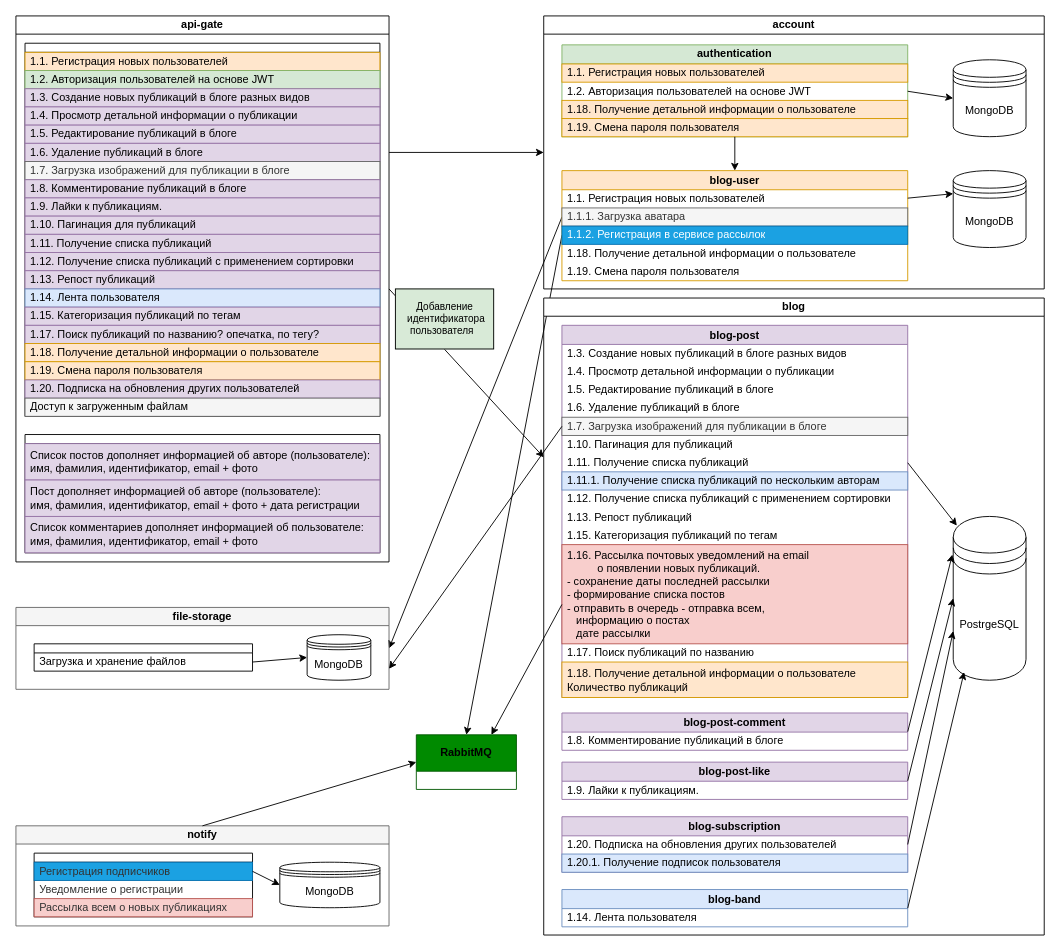
This is specification.drawio from htmlacademy-nestjs/2486639-readme-8, a draw.io file, before an edit. Source tidied: cells renumbered, new cells numbered last; positions are measured from the earlier drawing's top-left corner, leaving out a move shared by most shapes. Both pictures are drawn from the tidied source at 91%, with x=0, y=0 at pixel (15, 15).
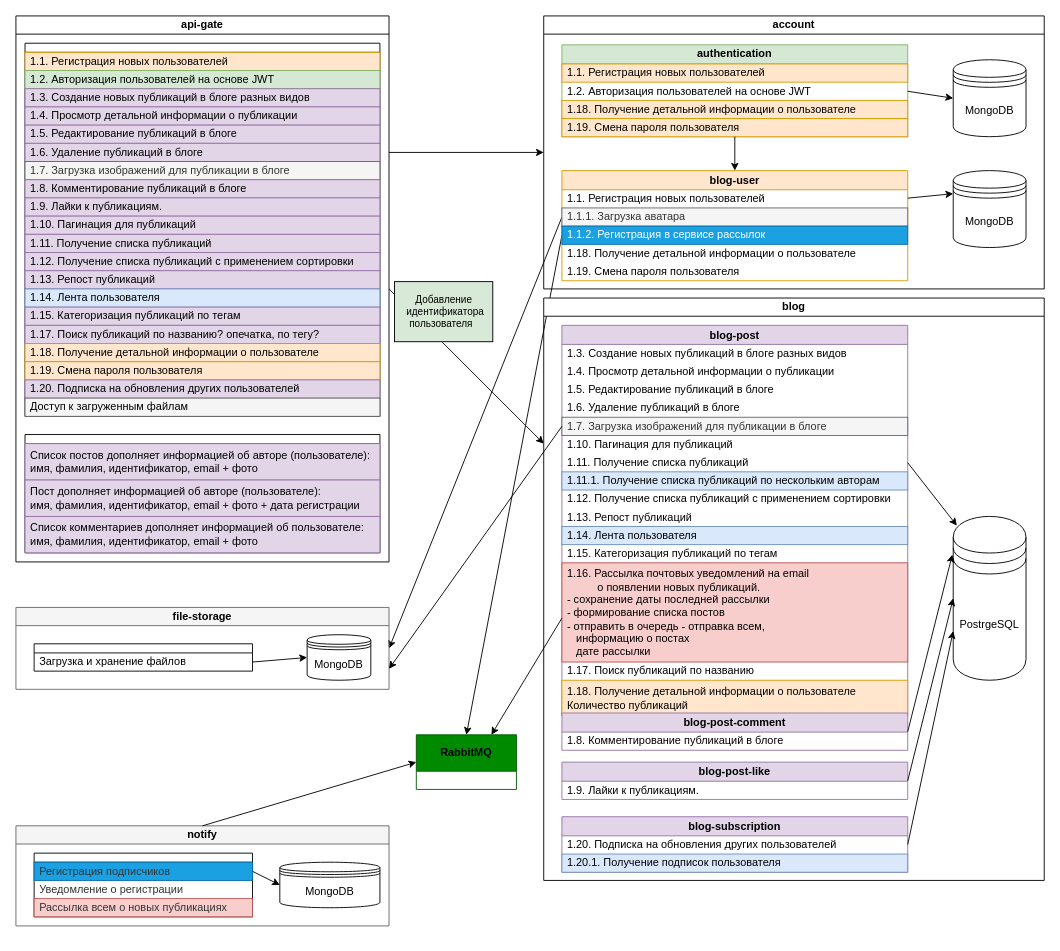
The same page after the edit.

The change refers to these unchanged cells:
```xml
<mxCell id="65" value="PostrgeSQL" style="shape=datastore;whiteSpace=wrap;html=1;fontSize=12;" parent="48" vertex="1">
  <mxGeometry x="450" y="240" width="80" height="180" as="geometry" />
</mxCell>
```

Change to the diagram source:
```diff
@@
     <mxCell id="48" value="blog" style="swimlane;whiteSpace=wrap;html=1;align=center;fontSize=12;startSize=20;" parent="1" vertex="1">
-      <mxGeometry x="580" y="310" width="550" height="700" as="geometry" />
+      <mxGeometry x="580" y="310" width="550" height="640" as="geometry" />
     </mxCell>
     <mxCell id="49" value="&lt;span style=&quot;font-weight: 700;&quot;&gt;blog-post&lt;/span&gt;" style="swimlane;fontStyle=0;horizontal=1;startSize=21;whiteSpace=wrap;html=1;fillColor=#e1d5e7;strokeColor=#9673a6;" parent="48" vertex="1">
-      <mxGeometry x="20" y="30" width="380" height="409" as="geometry" />
+      <mxGeometry x="20" y="30" width="380" height="429" as="geometry" />
     </mxCell>
@@
+    <mxCell id="74" value="&lt;span style=&quot;text-wrap-mode: nowrap;&quot;&gt;1.14. Лента пользователя&lt;/span&gt;" style="text;align=left;verticalAlign=middle;spacingLeft=4;spacingRight=4;overflow=hidden;whiteSpace=wrap;html=1;fillColor=#dae8fc;strokeColor=#6c8ebf;" parent="49" vertex="1">
+      <mxGeometry y="221" width="380" height="20" as="geometry" />
+    </mxCell>
     <mxCell id="60" value="&lt;span style=&quot;text-wrap-mode: nowrap;&quot;&gt;1.15. Категоризация публикаций по тегам&lt;/span&gt;" style="text;align=left;verticalAlign=middle;spacingLeft=4;spacingRight=4;overflow=hidden;whiteSpace=wrap;html=1;" parent="49" vertex="1">
-      <mxGeometry y="221" width="380" height="20" as="geometry" />
+      <mxGeometry y="241" width="380" height="20" as="geometry" />
     </mxCell>
     <mxCell id="61" value="&lt;span style=&quot;text-align: center; text-wrap-mode: nowrap;&quot;&gt;1.16. Рассылка почтовых уведомлений на email&lt;/span&gt;&lt;div&gt;&lt;span style=&quot;text-align: center; text-wrap-mode: nowrap;&quot;&gt;&amp;nbsp; &amp;nbsp; &amp;nbsp; &amp;nbsp; &amp;nbsp; о появлении новых публикаций.&lt;/span&gt;&lt;/div&gt;&lt;div&gt;&lt;span style=&quot;text-align: center; text-wrap-mode: nowrap;&quot;&gt;- сохранение даты последней рассылки&lt;/span&gt;&lt;/div&gt;&lt;div&gt;&lt;span style=&quot;text-align: center; text-wrap-mode: nowrap;&quot;&gt;- формирование списка постов&lt;/span&gt;&lt;/div&gt;&lt;div&gt;&lt;span style=&quot;text-align: center; text-wrap-mode: nowrap;&quot;&gt;- отправить в очередь - отправка всем,&amp;nbsp;&lt;/span&gt;&lt;/div&gt;&lt;div&gt;&lt;span style=&quot;text-align: center; text-wrap-mode: nowrap;&quot;&gt;&amp;nbsp; &amp;nbsp;информацию о постах&amp;nbsp;&lt;/span&gt;&lt;/div&gt;&lt;div&gt;&lt;span style=&quot;text-align: center; text-wrap-mode: nowrap;&quot;&gt;&amp;nbsp; &amp;nbsp;дате рассылки&lt;/span&gt;&lt;/div&gt;" style="text;align=left;verticalAlign=middle;spacingLeft=4;spacingRight=4;overflow=hidden;whiteSpace=wrap;html=1;fillColor=#f8cecc;strokeColor=#b85450;" parent="49" vertex="1">
-      <mxGeometry y="241" width="380" height="109" as="geometry" />
+      <mxGeometry y="261" width="380" height="109" as="geometry" />
     </mxCell>
     <mxCell id="62" value="&lt;span style=&quot;text-wrap-mode: nowrap;&quot;&gt;1.17. Поиск публикаций по названию&lt;/span&gt;" style="text;align=left;verticalAlign=middle;spacingLeft=4;spacingRight=4;overflow=hidden;whiteSpace=wrap;html=1;" parent="49" vertex="1">
-      <mxGeometry y="350" width="380" height="20" as="geometry" />
+      <mxGeometry y="370" width="380" height="20" as="geometry" />
     </mxCell>
     <mxCell id="63" value="&lt;span style=&quot;text-align: center; text-wrap-mode: nowrap;&quot;&gt;1.18. Получение детальной информации о пользователе&lt;/span&gt;&lt;div&gt;&lt;span style=&quot;text-align: center; text-wrap-mode: nowrap;&quot;&gt;Количество публикаций&lt;/span&gt;&lt;/div&gt;" style="text;strokeColor=#d79b00;fillColor=#ffe6cc;align=left;verticalAlign=middle;spacingLeft=4;spacingRight=4;overflow=hidden;whiteSpace=wrap;html=1;" parent="49" vertex="1">
-      <mxGeometry y="370" width="380" height="39" as="geometry" />
+      <mxGeometry y="390" width="380" height="39" as="geometry" />
     </mxCell>
@@
-    <mxCell id="73" value="&lt;span style=&quot;font-weight: 700;&quot;&gt;blog-band&lt;/span&gt;" style="swimlane;fontStyle=0;horizontal=1;startSize=21;whiteSpace=wrap;html=1;fillColor=#dae8fc;strokeColor=#6c8ebf;" parent="48" vertex="1">
-      <mxGeometry x="20" y="650" width="380" height="41" as="geometry" />
-    </mxCell>
-    <mxCell id="74" value="&lt;span style=&quot;text-wrap-mode: nowrap;&quot;&gt;1.14. Лента пользователя&lt;/span&gt;" style="text;align=left;verticalAlign=middle;spacingLeft=4;spacingRight=4;overflow=hidden;whiteSpace=wrap;html=1;" parent="73" vertex="1">
-      <mxGeometry y="21" width="380" height="20" as="geometry" />
-    </mxCell>
@@
-    <mxCell id="77" style="endArrow=classic;html=1;rounded=0;exitX=1;exitY=0.5;exitDx=0;exitDy=0;entryX=0.15;entryY=0.95;entryDx=0;entryDy=0;entryPerimeter=0;" parent="48" edge="1" source="73" target="65">
-      <mxGeometry relative="1" as="geometry" />
-    </mxCell>
```
